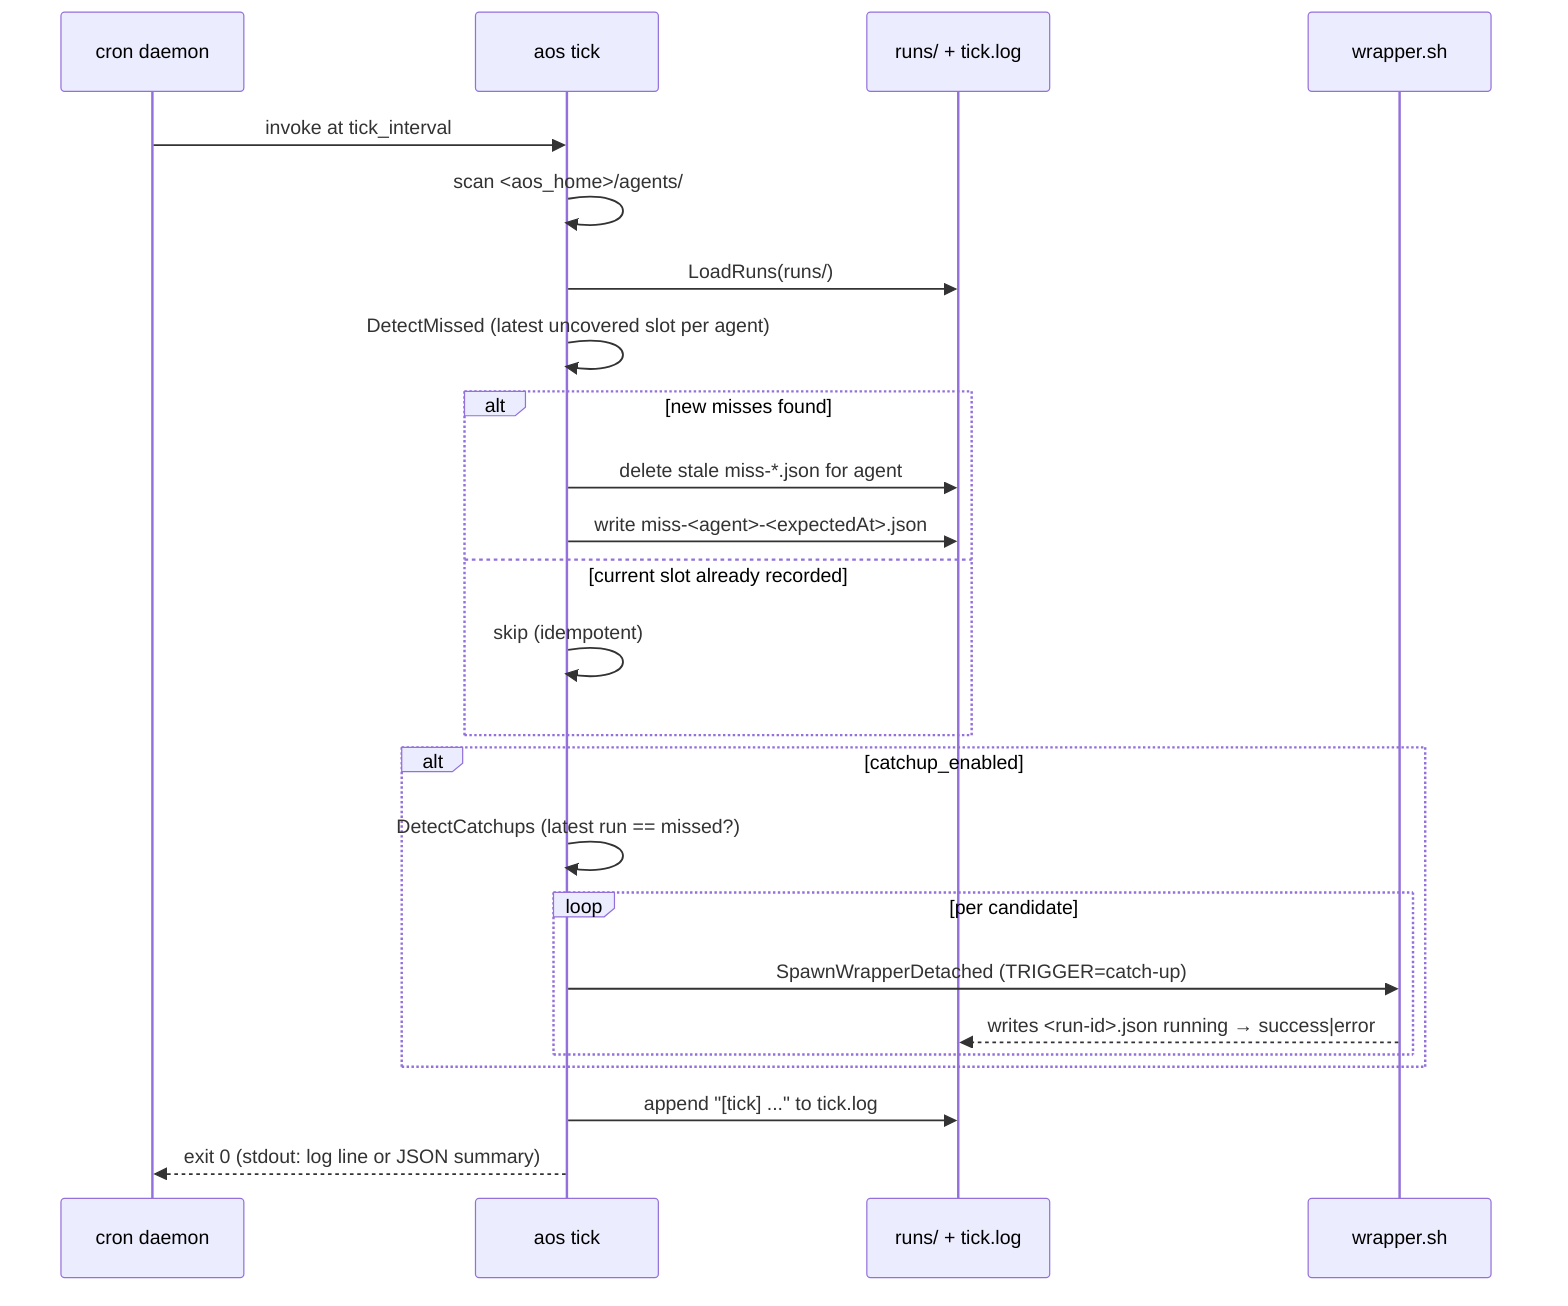
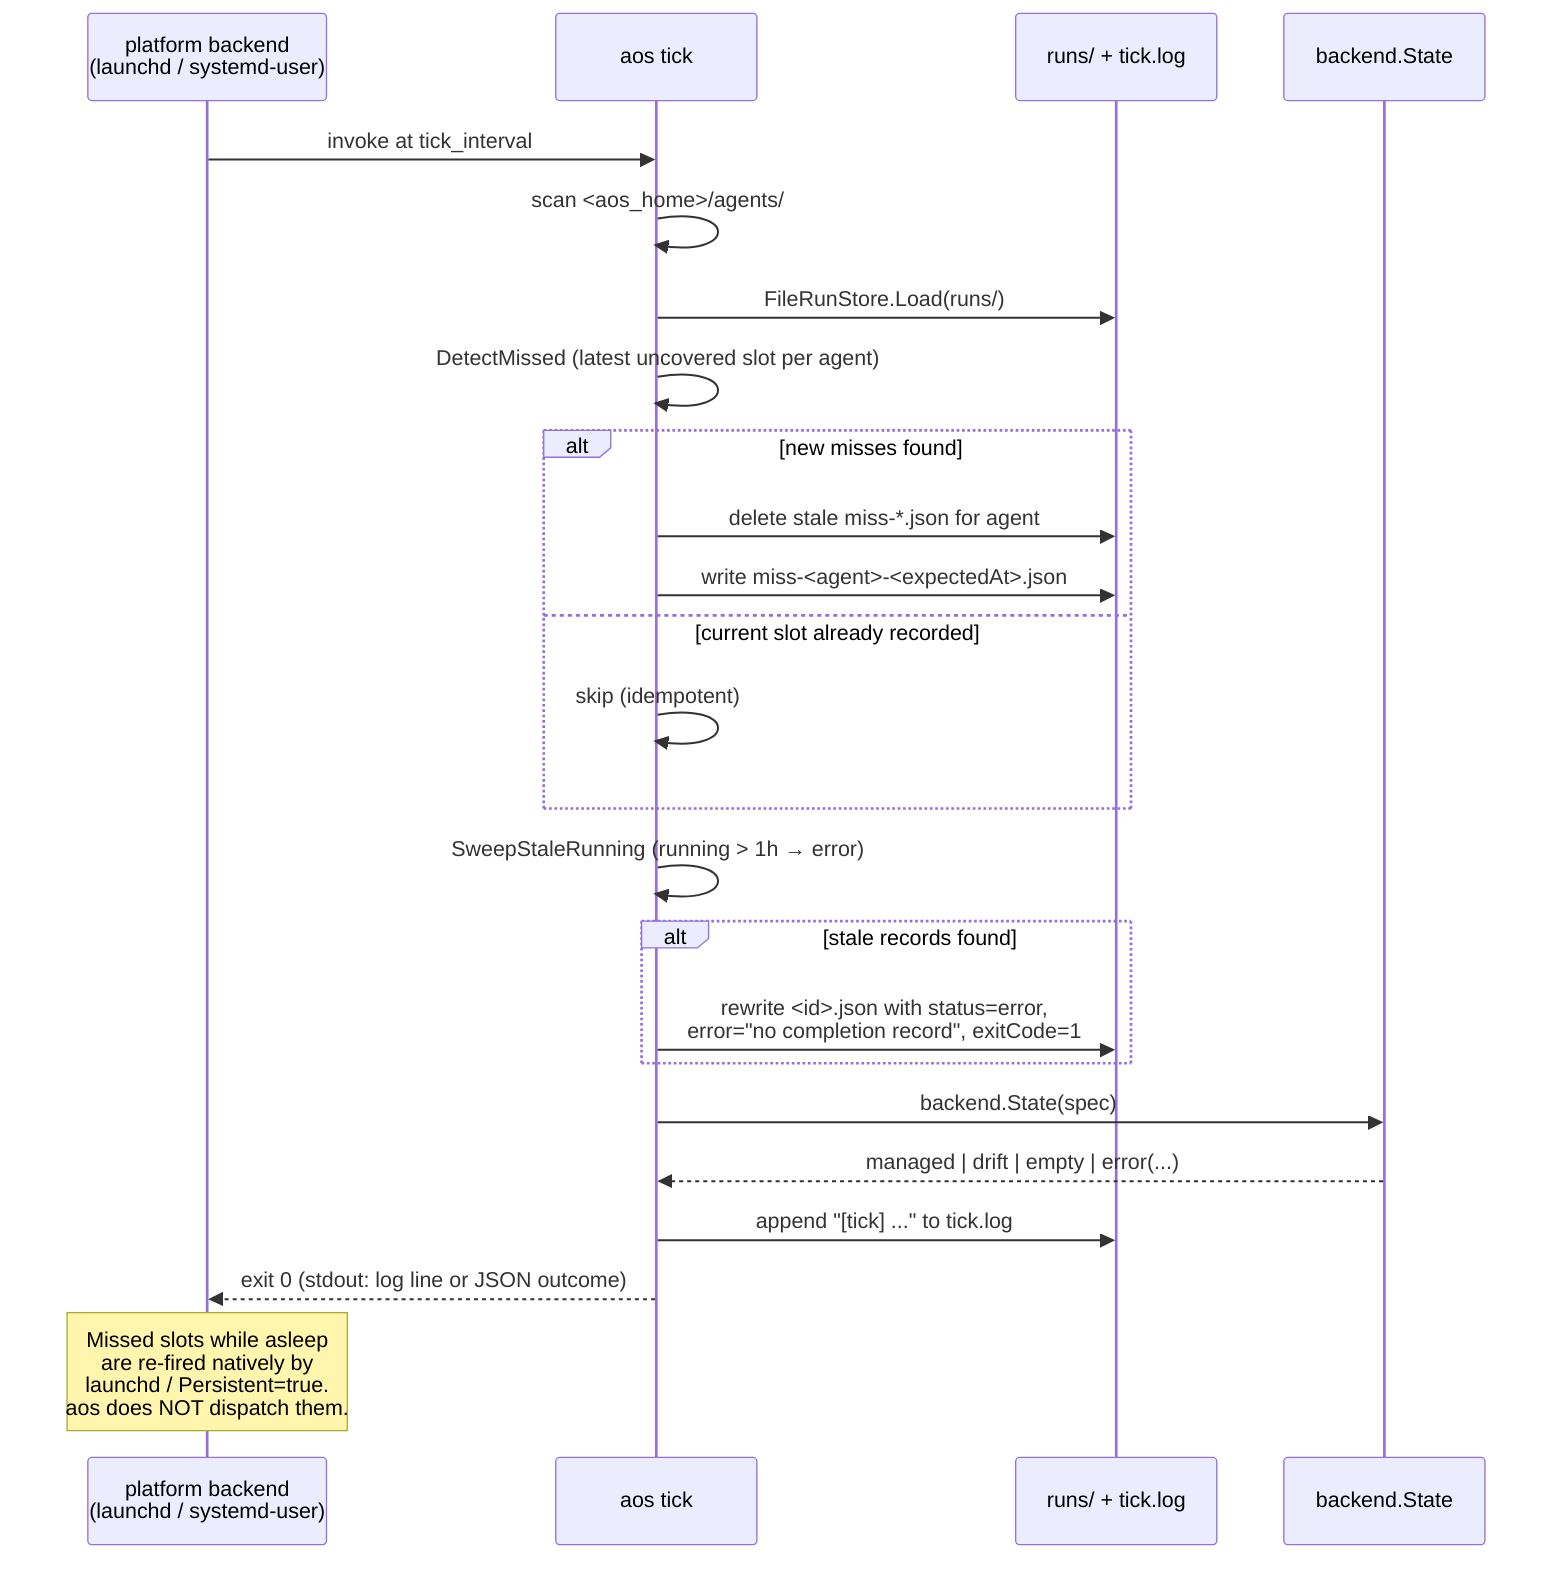
sequenceDiagram
-     participant Cron as cron daemon
+     participant Be as platform backend<br/>(launchd / systemd-user)
    participant Tick as aos tick
    participant FS as runs/ + tick.log
-     participant Wrap as wrapper.sh
+     participant Backend as backend.State

-     Cron->>Tick: invoke at tick_interval
+     Be->>Tick: invoke at tick_interval
    Tick->>Tick: scan <aos_home>/agents/
-     Tick->>FS: LoadRuns(runs/)
+     Tick->>FS: FileRunStore.Load(runs/)
    Tick->>Tick: DetectMissed (latest uncovered slot per agent)

    alt new misses found
        Tick->>FS: delete stale miss-*.json for agent
        Tick->>FS: write miss-<agent>-<expectedAt>.json
    else current slot already recorded
        Tick->>Tick: skip (idempotent)
    end

-     alt catchup_enabled
-         Tick->>Tick: DetectCatchups (latest run == missed?)
-         loop per candidate
-             Tick->>Wrap: SpawnWrapperDetached (TRIGGER=catch-up)
-             Wrap-->>FS: writes <run-id>.json running → success|error
-         end
+     Tick->>Tick: SweepStaleRunning (running > 1h → error)
+     alt stale records found
+         Tick->>FS: rewrite <id>.json with status=error,<br/>error="no completion record", exitCode=1
    end

+     Tick->>Backend: backend.State(spec)
+     Backend-->>Tick: managed | drift | empty | error(...)
+ 
    Tick->>FS: append "[tick] ..." to tick.log
-     Tick-->>Cron: exit 0 (stdout: log line or JSON summary)
+     Tick-->>Be: exit 0 (stdout: log line or JSON outcome)
+ 
+     Note over Be: Missed slots while asleep<br/>are re-fired natively by<br/>launchd / Persistent=true.<br/>aos does NOT dispatch them.
